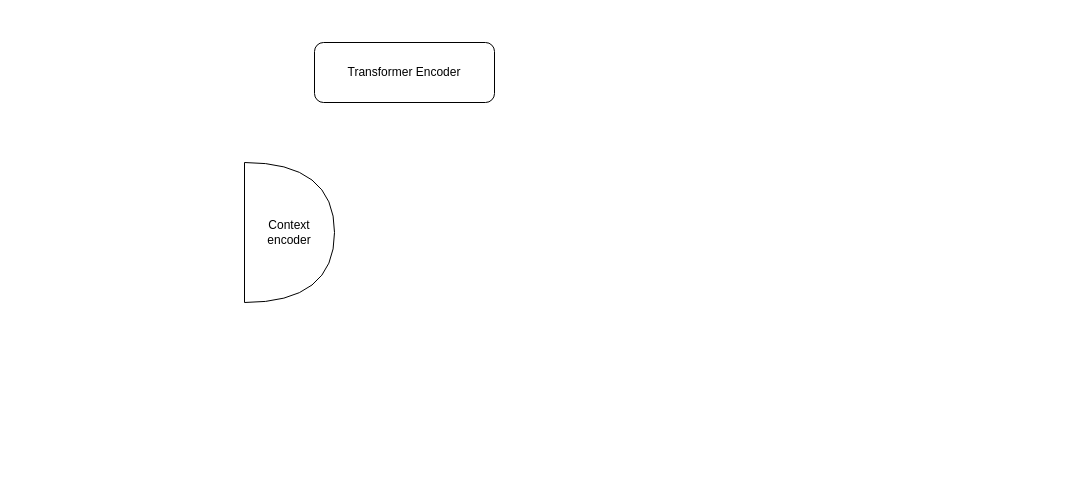
The draw.io diagram drawio_figures/vjepa_attentive_decoder.drawio in icekang/master_thesis, before the edit. Source tidied: cells renumbered, new cells numbered last; positions are measured from the earlier drawing's top-left corner, leaving out a move shared by most shapes. Both pictures are drawn from the tidied source at 100%, with x=0, y=0 at pixel (244, 42). Pictures stored in the file or linked from it are replaced by grey dashed boxes.
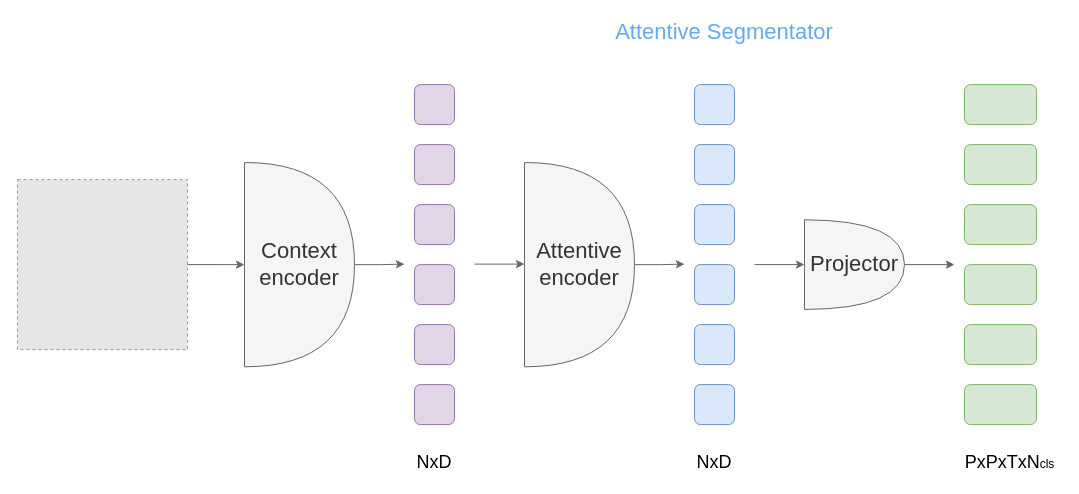
Above is the later version.

Diff of the diagram source:
```diff
@@
-    <mxCell id="2" value="Transformer Encoder" style="rounded=1;whiteSpace=wrap;html=1;" parent="1" vertex="1">
-      <mxGeometry x="70" width="180" height="60" as="geometry" />
-    </mxCell>
+    <mxCell id="4" style="edgeStyle=orthogonalEdgeStyle;rounded=0;jettySize=auto;html=1;exitX=1;exitY=0.5;exitDx=0;exitDy=0;exitPerimeter=0;fillColor=#f5f5f5;strokeColor=#666666;" parent="1" edge="1" source="3">
+      <mxGeometry relative="1" as="geometry">
+        <mxPoint x="160" y="221.6" as="targetPoint" />
+      </mxGeometry>
+    </mxCell>
-    <mxCell id="3" value="Context&lt;div&gt;encoder&lt;/div&gt;" style="shape=or;whiteSpace=wrap;html=1;" parent="1" vertex="1">
-      <mxGeometry y="120" width="90" height="140" as="geometry" />
+    <mxCell id="3" value="Context&lt;div style=&quot;font-size: 22px;&quot;&gt;encoder&lt;/div&gt;" style="shape=or;whiteSpace=wrap;html=1;fillColor=#f5f5f5;fontColor=#333333;strokeColor=#666666;fontSize=22;" parent="1" vertex="1">
+      <mxGeometry y="120" width="110" height="204.3" as="geometry" />
     </mxCell>
+    <mxCell id="5" style="fillColor=#E6E6E6;strokeColor=#999999;dashed=1;verticalLabelPosition=bottom;labelBackgroundColor=default;verticalAlign=top;" parent="1" vertex="1">
+      <mxGeometry x="-227" y="137.1" width="170" height="170" as="geometry" />
+    </mxCell>
+    <mxCell id="6" style="rounded=1;whiteSpace=wrap;html=1;fillColor=#e1d5e7;strokeColor=#9673a6;" parent="1" vertex="1">
+      <mxGeometry x="170" y="42.1" width="40" height="40" as="geometry" />
+    </mxCell>
+    <mxCell id="7" style="rounded=1;whiteSpace=wrap;html=1;fillColor=#e1d5e7;strokeColor=#9673a6;" parent="1" vertex="1">
+      <mxGeometry x="170" y="102.1" width="40" height="40" as="geometry" />
+    </mxCell>
+    <mxCell id="8" style="rounded=1;whiteSpace=wrap;html=1;fillColor=#e1d5e7;strokeColor=#9673a6;" parent="1" vertex="1">
+      <mxGeometry x="170" y="162.1" width="40" height="40" as="geometry" />
+    </mxCell>
+    <mxCell id="9" style="rounded=1;whiteSpace=wrap;html=1;fillColor=#e1d5e7;strokeColor=#9673a6;" parent="1" vertex="1">
+      <mxGeometry x="170" y="222.1" width="40" height="40" as="geometry" />
+    </mxCell>
+    <mxCell id="10" style="rounded=1;whiteSpace=wrap;html=1;fillColor=#e1d5e7;strokeColor=#9673a6;" parent="1" vertex="1">
+      <mxGeometry x="170" y="282.1" width="40" height="40" as="geometry" />
+    </mxCell>
+    <mxCell id="11" style="rounded=1;whiteSpace=wrap;html=1;fillColor=#e1d5e7;strokeColor=#9673a6;" parent="1" vertex="1">
+      <mxGeometry x="170" y="342.1" width="40" height="40" as="geometry" />
+    </mxCell>
+    <mxCell id="12" style="endArrow=classic;html=1;rounded=0;exitX=1;exitY=0.5;exitDx=0;exitDy=0;entryX=0;entryY=0.5;entryDx=0;entryDy=0;entryPerimeter=0;fillColor=#f5f5f5;strokeColor=#666666;" parent="1" edge="1" source="5" target="3">
+      <mxGeometry relative="1" as="geometry" />
+    </mxCell>
+    <mxCell id="13" style="edgeStyle=orthogonalEdgeStyle;rounded=0;jettySize=auto;html=1;exitX=1;exitY=0.5;exitDx=0;exitDy=0;exitPerimeter=0;fillColor=#f5f5f5;strokeColor=#666666;" parent="1" edge="1" source="14">
+      <mxGeometry relative="1" as="geometry">
+        <mxPoint x="440" y="221.6" as="targetPoint" />
+      </mxGeometry>
+    </mxCell>
+    <mxCell id="14" value="&lt;div style=&quot;font-size: 22px;&quot;&gt;Attentive&lt;/div&gt;&lt;div style=&quot;font-size: 22px;&quot;&gt;encoder&lt;/div&gt;" style="shape=or;whiteSpace=wrap;html=1;fillColor=#f5f5f5;fontColor=#333333;strokeColor=#666666;fontSize=22;" parent="1" vertex="1">
+      <mxGeometry x="280" y="120" width="110" height="204.3" as="geometry" />
+    </mxCell>
+    <mxCell id="15" style="edgeStyle=orthogonalEdgeStyle;rounded=0;orthogonalLoop=1;jettySize=auto;html=1;exitX=1;exitY=0.5;exitDx=0;exitDy=0;exitPerimeter=0;fillColor=#f5f5f5;strokeColor=#666666;" parent="1" edge="1">
+      <mxGeometry relative="1" as="geometry">
+        <mxPoint x="230" y="221.6" as="sourcePoint" />
+        <mxPoint x="280" y="221.6" as="targetPoint" />
+      </mxGeometry>
+    </mxCell>
+    <mxCell id="16" style="rounded=1;whiteSpace=wrap;html=1;fillColor=#dae8fc;strokeColor=#6c8ebf;" parent="1" vertex="1">
+      <mxGeometry x="450" y="42.1" width="40" height="40" as="geometry" />
+    </mxCell>
+    <mxCell id="17" style="rounded=1;whiteSpace=wrap;html=1;fillColor=#dae8fc;strokeColor=#6c8ebf;" parent="1" vertex="1">
+      <mxGeometry x="450" y="102.1" width="40" height="40" as="geometry" />
+    </mxCell>
+    <mxCell id="18" style="rounded=1;whiteSpace=wrap;html=1;fillColor=#dae8fc;strokeColor=#6c8ebf;" parent="1" vertex="1">
+      <mxGeometry x="450" y="162.1" width="40" height="40" as="geometry" />
+    </mxCell>
+    <mxCell id="19" style="rounded=1;whiteSpace=wrap;html=1;fillColor=#dae8fc;strokeColor=#6c8ebf;" parent="1" vertex="1">
+      <mxGeometry x="450" y="222.1" width="40" height="40" as="geometry" />
+    </mxCell>
+    <mxCell id="20" style="rounded=1;whiteSpace=wrap;html=1;fillColor=#dae8fc;strokeColor=#6c8ebf;" parent="1" vertex="1">
+      <mxGeometry x="450" y="282.1" width="40" height="40" as="geometry" />
+    </mxCell>
+    <mxCell id="21" style="rounded=1;whiteSpace=wrap;html=1;fillColor=#dae8fc;strokeColor=#6c8ebf;" parent="1" vertex="1">
+      <mxGeometry x="450" y="342.1" width="40" height="40" as="geometry" />
+    </mxCell>
+    <mxCell id="22" value="&lt;div style=&quot;font-size: 22px;&quot;&gt;Projector&lt;/div&gt;" style="shape=or;whiteSpace=wrap;html=1;fillColor=#f5f5f5;fontColor=#333333;strokeColor=#666666;fontSize=22;" parent="1" vertex="1">
+      <mxGeometry x="560" y="177.3" width="100" height="89.6" as="geometry" />
+    </mxCell>
+    <mxCell id="23" style="edgeStyle=orthogonalEdgeStyle;rounded=0;orthogonalLoop=1;jettySize=auto;html=1;exitX=1;exitY=0.5;exitDx=0;exitDy=0;exitPerimeter=0;fillColor=#f5f5f5;strokeColor=#666666;" parent="1" edge="1">
+      <mxGeometry relative="1" as="geometry">
+        <mxPoint x="510" y="222.1" as="sourcePoint" />
+        <mxPoint x="560" y="222.1" as="targetPoint" />
+      </mxGeometry>
+    </mxCell>
+    <mxCell id="24" style="edgeStyle=orthogonalEdgeStyle;rounded=0;orthogonalLoop=1;jettySize=auto;html=1;exitX=1;exitY=0.5;exitDx=0;exitDy=0;exitPerimeter=0;fillColor=#f5f5f5;strokeColor=#666666;" parent="1" edge="1">
+      <mxGeometry relative="1" as="geometry">
+        <mxPoint x="660" y="222.1" as="sourcePoint" />
+        <mxPoint x="710" y="222.1" as="targetPoint" />
+      </mxGeometry>
+    </mxCell>
+    <mxCell id="25" value="Attentive Segmentator" style="text;html=1;align=center;verticalAlign=middle;whiteSpace=wrap;rounded=0;fontSize=22;fontColor=#61aaf4;" parent="1" vertex="1">
+      <mxGeometry x="320" y="-25.4" width="320" height="30" as="geometry" />
+    </mxCell>
+    <mxCell id="26" value="&lt;font style=&quot;font-size: 18px;&quot;&gt;NxD&lt;/font&gt;" style="text;html=1;align=center;verticalAlign=middle;whiteSpace=wrap;rounded=0;" parent="1" vertex="1">
+      <mxGeometry x="160" y="404.6" width="60" height="30" as="geometry" />
+    </mxCell>
+    <mxCell id="27" value="&lt;font style=&quot;font-size: 18px;&quot;&gt;NxD&lt;/font&gt;" style="text;html=1;align=center;verticalAlign=middle;whiteSpace=wrap;rounded=0;" parent="1" vertex="1">
+      <mxGeometry x="440" y="404.6" width="60" height="30" as="geometry" />
+    </mxCell>
+    <mxCell id="28" value="&lt;font style=&quot;font-size: 18px;&quot;&gt;PxPxTxN&lt;/font&gt;cls" style="text;html=1;align=center;verticalAlign=middle;whiteSpace=wrap;rounded=0;" parent="1" vertex="1">
+      <mxGeometry x="712.5" y="404.6" width="105" height="30" as="geometry" />
+    </mxCell>
+    <mxCell id="29" style="rounded=1;whiteSpace=wrap;html=1;fillColor=#d5e8d4;strokeColor=#82b366;" parent="1" vertex="1">
+      <mxGeometry x="720" y="42.1" width="72" height="40" as="geometry" />
+    </mxCell>
+    <mxCell id="30" style="rounded=1;whiteSpace=wrap;html=1;fillColor=#d5e8d4;strokeColor=#82b366;" parent="1" vertex="1">
+      <mxGeometry x="720" y="102.1" width="72" height="40" as="geometry" />
+    </mxCell>
+    <mxCell id="31" style="rounded=1;whiteSpace=wrap;html=1;fillColor=#d5e8d4;strokeColor=#82b366;" parent="1" vertex="1">
+      <mxGeometry x="720" y="162.1" width="72" height="40" as="geometry" />
+    </mxCell>
+    <mxCell id="32" style="rounded=1;whiteSpace=wrap;html=1;fillColor=#d5e8d4;strokeColor=#82b366;" parent="1" vertex="1">
+      <mxGeometry x="720" y="222.1" width="72" height="40" as="geometry" />
+    </mxCell>
+    <mxCell id="33" style="rounded=1;whiteSpace=wrap;html=1;fillColor=#d5e8d4;strokeColor=#82b366;" parent="1" vertex="1">
+      <mxGeometry x="720" y="282.1" width="72" height="40" as="geometry" />
+    </mxCell>
+    <mxCell id="34" style="rounded=1;whiteSpace=wrap;html=1;fillColor=#d5e8d4;strokeColor=#82b366;" parent="1" vertex="1">
+      <mxGeometry x="720" y="342.1" width="72" height="40" as="geometry" />
+    </mxCell>
```
